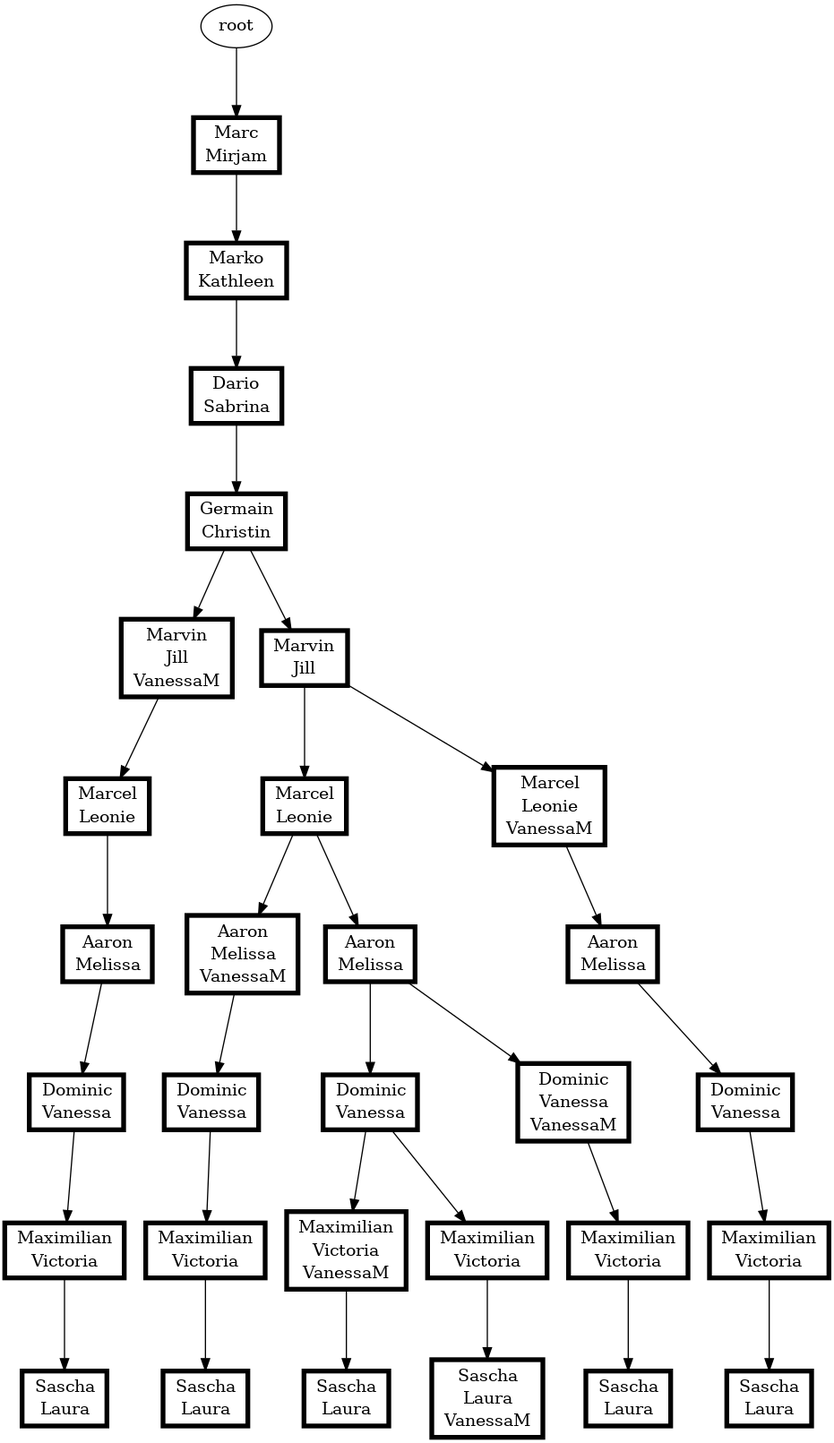
Above: s02/s02.png in atticus-sullivan/sim-ayto (Graphviz), before the change. Its source is kept beside it as s02/s02.dot.
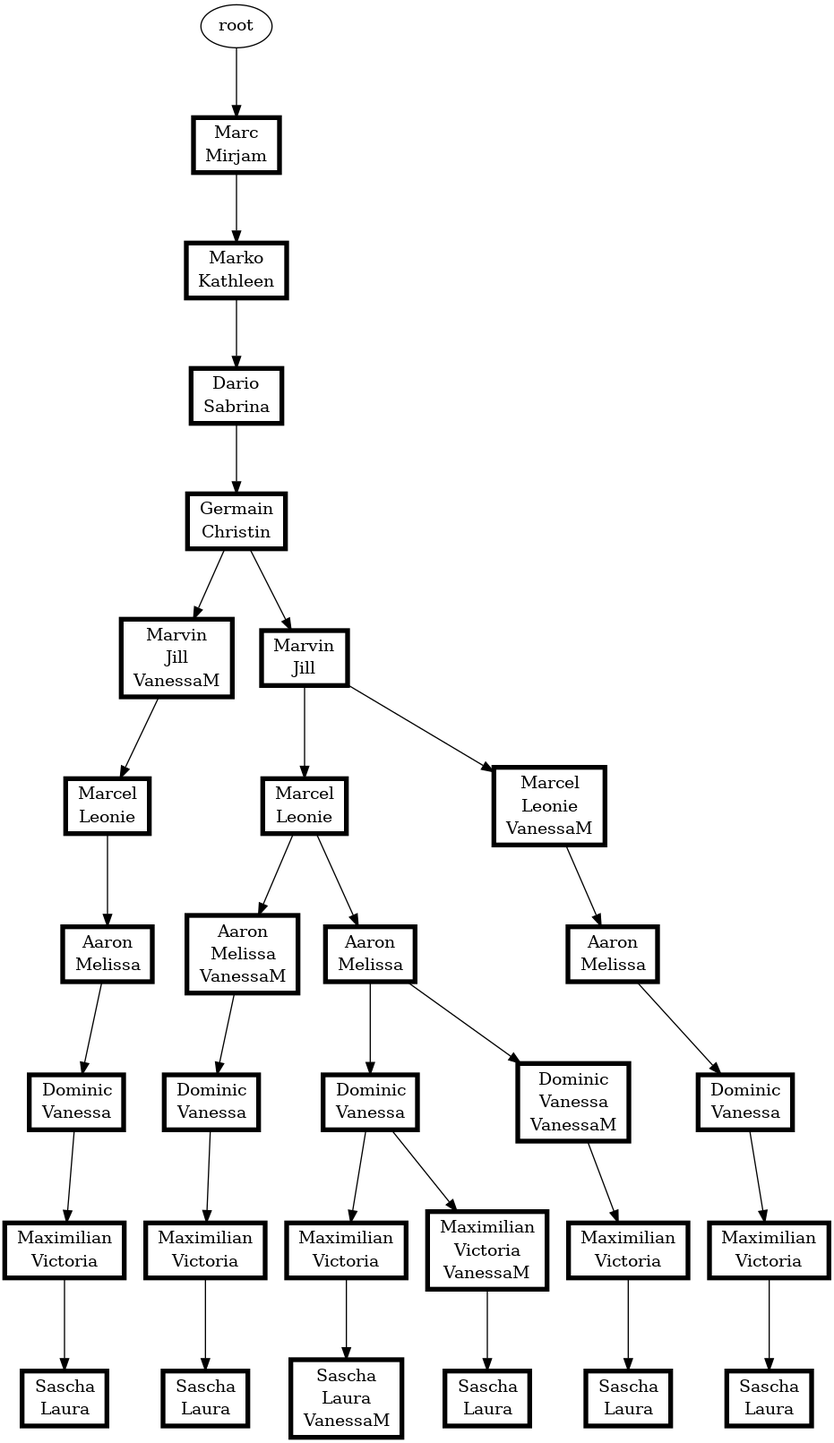
After the commit.

What changed in the source:
```diff
@@ -1,63 +1,63 @@
 digraph D {
 ranksep=0.8;
+{"root|5|7|7|3|2|8"[shape="record" penwidth=4.0 color="black" label=<<table border="0" cellborder="0" cellspacing="0"><tr><td>Dario</td></tr><tr><td>Sabrina</td></tr></table>>]}
+"root|5|7|7|3" -> {"root|5|7|7|3|2|8"}
+{"root|5|7|7|3|2|8|4|1|8|2|6|5|1|6,11|3|9|9|10"[shape="record" penwidth=4.0 color="black" label=<<table border="0" cellborder="0" cellspacing="0"><tr><td>Maximilian</td></tr><tr><td>Victoria</td></tr></table>>]}
+"root|5|7|7|3|2|8|4|1|8|2|6|5|1|6,11|3|9" -> {"root|5|7|7|3|2|8|4|1|8|2|6|5|1|6,11|3|9|9|10"}
+{"root|5|7|7|3"[shape="record" penwidth=4.0 color="black" label=<<table border="0" cellborder="0" cellspacing="0"><tr><td>Marko</td></tr><tr><td>Kathleen</td></tr></table>>]}
+"root|5|7" -> {"root|5|7|7|3"}
+{"root|5|7|7|3|2|8|4|1|8|2|6|5|1|6,11|3|9"[shape="record" penwidth=4.0 color="black" label=<<table border="0" cellborder="0" cellspacing="0"><tr><td>Dominic</td></tr><tr><td>Vanessa</td></tr></table>>]}
+"root|5|7|7|3|2|8|4|1|8|2|6|5|1|6,11" -> {"root|5|7|7|3|2|8|4|1|8|2|6|5|1|6,11|3|9"}
+{"root|5|7"[shape="record" penwidth=4.0 color="black" label=<<table border="0" cellborder="0" cellspacing="0"><tr><td>Marc</td></tr><tr><td>Mirjam</td></tr></table>>]}
+"root" -> {"root|5|7"}
+{"root|5|7|7|3|2|8|4|1|8|2|6|5|1|6,11"[shape="record" penwidth=4.0 color="black" label=<<table border="0" cellborder="0" cellspacing="0"><tr><td>Aaron</td></tr><tr><td>Melissa</td></tr><tr><td>VanessaM</td></tr></table>>]}
+"root|5|7|7|3|2|8|4|1|8|2|6|5" -> {"root|5|7|7|3|2|8|4|1|8|2|6|5|1|6,11"}
+{"root|5|7|7|3|2|8|4|1|8|2,11|6|5|1|6|3|9|9|10"[shape="record" penwidth=4.0 color="black" label=<<table border="0" cellborder="0" cellspacing="0"><tr><td>Maximilian</td></tr><tr><td>Victoria</td></tr></table>>]}
+"root|5|7|7|3|2|8|4|1|8|2,11|6|5|1|6|3|9" -> {"root|5|7|7|3|2|8|4|1|8|2,11|6|5|1|6|3|9|9|10"}
+{"root|5|7|7|3|2|8|4|1|8|2|6|5|1|6|3|9"[shape="record" penwidth=4.0 color="black" label=<<table border="0" cellborder="0" cellspacing="0"><tr><td>Dominic</td></tr><tr><td>Vanessa</td></tr></table>>]}
+"root|5|7|7|3|2|8|4|1|8|2|6|5|1|6" -> {"root|5|7|7|3|2|8|4|1|8|2|6|5|1|6|3|9"}
+{"root|5|7|7|3|2|8|4|1|8|2|6|5|1|6|3|9|9|10"[shape="record" penwidth=4.0 color="black" label=<<table border="0" cellborder="0" cellspacing="0"><tr><td>Maximilian</td></tr><tr><td>Victoria</td></tr></table>>]}
+"root|5|7|7|3|2|8|4|1|8|2|6|5|1|6|3|9" -> {"root|5|7|7|3|2|8|4|1|8|2|6|5|1|6|3|9|9|10"}
+{"root|5|7|7|3|2|8|4|1|8|2|6|5|1|6|3|9|9|10|10|4,11"[shape="record" penwidth=4.0 color="black" label=<<table border="0" cellborder="0" cellspacing="0"><tr><td>Sascha</td></tr><tr><td>Laura</td></tr><tr><td>VanessaM</td></tr></table>>]}
+"root|5|7|7|3|2|8|4|1|8|2|6|5|1|6|3|9|9|10" -> {"root|5|7|7|3|2|8|4|1|8|2|6|5|1|6|3|9|9|10|10|4,11"}
+{"root|5|7|7|3|2|8|4|1|8|2|6|5|1|6|3|9,11|9|10|10|4"[shape="record" penwidth=4.0 color="black" label=<<table border="0" cellborder="0" cellspacing="0"><tr><td>Sascha</td></tr><tr><td>Laura</td></tr></table>>]}
+"root|5|7|7|3|2|8|4|1|8|2|6|5|1|6|3|9,11|9|10" -> {"root|5|7|7|3|2|8|4|1|8|2|6|5|1|6|3|9,11|9|10|10|4"}
+{"root|5|7|7|3|2|8|4|1|8|2|6|5|1|6|3|9|9|10,11"[shape="record" penwidth=4.0 color="black" label=<<table border="0" cellborder="0" cellspacing="0"><tr><td>Maximilian</td></tr><tr><td>Victoria</td></tr><tr><td>VanessaM</td></tr></table>>]}
+"root|5|7|7|3|2|8|4|1|8|2|6|5|1|6|3|9" -> {"root|5|7|7|3|2|8|4|1|8|2|6|5|1|6|3|9|9|10,11"}
+{"root|5|7|7|3|2|8|4|1|8|2|6|5|1|6|3|9,11|9|10"[shape="record" penwidth=4.0 color="black" label=<<table border="0" cellborder="0" cellspacing="0"><tr><td>Maximilian</td></tr><tr><td>Victoria</td></tr></table>>]}
+"root|5|7|7|3|2|8|4|1|8|2|6|5|1|6|3|9,11" -> {"root|5|7|7|3|2|8|4|1|8|2|6|5|1|6|3|9,11|9|10"}
+{"root|5|7|7|3|2|8|4|1|8|2|6|5|1|6|3|9|9|10,11|10|4"[shape="record" penwidth=4.0 color="black" label=<<table border="0" cellborder="0" cellspacing="0"><tr><td>Sascha</td></tr><tr><td>Laura</td></tr></table>>]}
+"root|5|7|7|3|2|8|4|1|8|2|6|5|1|6|3|9|9|10,11" -> {"root|5|7|7|3|2|8|4|1|8|2|6|5|1|6|3|9|9|10,11|10|4"}
+{"root|5|7|7|3|2|8|4|1"[shape="record" penwidth=4.0 color="black" label=<<table border="0" cellborder="0" cellspacing="0"><tr><td>Germain</td></tr><tr><td>Christin</td></tr></table>>]}
+"root|5|7|7|3|2|8" -> {"root|5|7|7|3|2|8|4|1"}
+{"root|5|7|7|3|2|8|4|1|8|2,11|6|5|1|6|3|9"[shape="record" penwidth=4.0 color="black" label=<<table border="0" cellborder="0" cellspacing="0"><tr><td>Dominic</td></tr><tr><td>Vanessa</td></tr></table>>]}
+"root|5|7|7|3|2|8|4|1|8|2,11|6|5|1|6" -> {"root|5|7|7|3|2|8|4|1|8|2,11|6|5|1|6|3|9"}
+{"root|5|7|7|3|2|8|4|1|8|2,11"[shape="record" penwidth=4.0 color="black" label=<<table border="0" cellborder="0" cellspacing="0"><tr><td>Marvin</td></tr><tr><td>Jill</td></tr><tr><td>VanessaM</td></tr></table>>]}
+"root|5|7|7|3|2|8|4|1" -> {"root|5|7|7|3|2|8|4|1|8|2,11"}
+{"root|5|7|7|3|2|8|4|1|8|2,11|6|5"[shape="record" penwidth=4.0 color="black" label=<<table border="0" cellborder="0" cellspacing="0"><tr><td>Marcel</td></tr><tr><td>Leonie</td></tr></table>>]}
+"root|5|7|7|3|2|8|4|1|8|2,11" -> {"root|5|7|7|3|2|8|4|1|8|2,11|6|5"}
+{"root|5|7|7|3|2|8|4|1|8|2|6|5,11|1|6"[shape="record" penwidth=4.0 color="black" label=<<table border="0" cellborder="0" cellspacing="0"><tr><td>Aaron</td></tr><tr><td>Melissa</td></tr></table>>]}
+"root|5|7|7|3|2|8|4|1|8|2|6|5,11" -> {"root|5|7|7|3|2|8|4|1|8|2|6|5,11|1|6"}
+{"root|5|7|7|3|2|8|4|1|8|2,11|6|5|1|6"[shape="record" penwidth=4.0 color="black" label=<<table border="0" cellborder="0" cellspacing="0"><tr><td>Aaron</td></tr><tr><td>Melissa</td></tr></table>>]}
+"root|5|7|7|3|2|8|4|1|8|2,11|6|5" -> {"root|5|7|7|3|2|8|4|1|8|2,11|6|5|1|6"}
+{"root|5|7|7|3|2|8|4|1|8|2"[shape="record" penwidth=4.0 color="black" label=<<table border="0" cellborder="0" cellspacing="0"><tr><td>Marvin</td></tr><tr><td>Jill</td></tr></table>>]}
+"root|5|7|7|3|2|8|4|1" -> {"root|5|7|7|3|2|8|4|1|8|2"}
+{"root|5|7|7|3|2|8|4|1|8|2|6|5,11|1|6|3|9"[shape="record" penwidth=4.0 color="black" label=<<table border="0" cellborder="0" cellspacing="0"><tr><td>Dominic</td></tr><tr><td>Vanessa</td></tr></table>>]}
+"root|5|7|7|3|2|8|4|1|8|2|6|5,11|1|6" -> {"root|5|7|7|3|2|8|4|1|8|2|6|5,11|1|6|3|9"}
+{"root|5|7|7|3|2|8|4|1|8|2|6|5"[shape="record" penwidth=4.0 color="black" label=<<table border="0" cellborder="0" cellspacing="0"><tr><td>Marcel</td></tr><tr><td>Leonie</td></tr></table>>]}
+"root|5|7|7|3|2|8|4|1|8|2" -> {"root|5|7|7|3|2|8|4|1|8|2|6|5"}
+{"root|5|7|7|3|2|8|4|1|8|2,11|6|5|1|6|3|9|9|10|10|4"[shape="record" penwidth=4.0 color="black" label=<<table border="0" cellborder="0" cellspacing="0"><tr><td>Sascha</td></tr><tr><td>Laura</td></tr></table>>]}
+"root|5|7|7|3|2|8|4|1|8|2,11|6|5|1|6|3|9|9|10" -> {"root|5|7|7|3|2|8|4|1|8|2,11|6|5|1|6|3|9|9|10|10|4"}
+{"root|5|7|7|3|2|8|4|1|8|2|6|5|1|6"[shape="record" penwidth=4.0 color="black" label=<<table border="0" cellborder="0" cellspacing="0"><tr><td>Aaron</td></tr><tr><td>Melissa</td></tr></table>>]}
+"root|5|7|7|3|2|8|4|1|8|2|6|5" -> {"root|5|7|7|3|2|8|4|1|8|2|6|5|1|6"}
 {"root|5|7|7|3|2|8|4|1|8|2|6|5,11|1|6|3|9|9|10|10|4"[shape="record" penwidth=4.0 color="black" label=<<table border="0" cellborder="0" cellspacing="0"><tr><td>Sascha</td></tr><tr><td>Laura</td></tr></table>>]}
 "root|5|7|7|3|2|8|4|1|8|2|6|5,11|1|6|3|9|9|10" -> {"root|5|7|7|3|2|8|4|1|8|2|6|5,11|1|6|3|9|9|10|10|4"}
-{"root|5|7|7|3|2|8|4|1|8|2,11"[shape="record" penwidth=4.0 color="black" label=<<table border="0" cellborder="0" cellspacing="0"><tr><td>Marvin</td></tr><tr><td>Jill</td></tr><tr><td>VanessaM</td></tr></table>>]}
-"root|5|7|7|3|2|8|4|1" -> {"root|5|7|7|3|2|8|4|1|8|2,11"}
-{"root|5|7|7|3|2|8|4|1|8|2|6|5"[shape="record" penwidth=4.0 color="black" label=<<table border="0" cellborder="0" cellspacing="0"><tr><td>Marcel</td></tr><tr><td>Leonie</td></tr></table>>]}
-"root|5|7|7|3|2|8|4|1|8|2" -> {"root|5|7|7|3|2|8|4|1|8|2|6|5"}
-{"root|5|7|7|3|2|8|4|1|8|2|6|5|1|6|3|9|9|10,11|10|4"[shape="record" penwidth=4.0 color="black" label=<<table border="0" cellborder="0" cellspacing="0"><tr><td>Sascha</td></tr><tr><td>Laura</td></tr></table>>]}
-"root|5|7|7|3|2|8|4|1|8|2|6|5|1|6|3|9|9|10,11" -> {"root|5|7|7|3|2|8|4|1|8|2|6|5|1|6|3|9|9|10,11|10|4"}
-{"root|5|7|7|3|2|8|4|1|8|2|6|5|1|6,11"[shape="record" penwidth=4.0 color="black" label=<<table border="0" cellborder="0" cellspacing="0"><tr><td>Aaron</td></tr><tr><td>Melissa</td></tr><tr><td>VanessaM</td></tr></table>>]}
-"root|5|7|7|3|2|8|4|1|8|2|6|5" -> {"root|5|7|7|3|2|8|4|1|8|2|6|5|1|6,11"}
-{"root|5|7|7|3|2|8|4|1|8|2|6|5|1|6|3|9"[shape="record" penwidth=4.0 color="black" label=<<table border="0" cellborder="0" cellspacing="0"><tr><td>Dominic</td></tr><tr><td>Vanessa</td></tr></table>>]}
-"root|5|7|7|3|2|8|4|1|8|2|6|5|1|6" -> {"root|5|7|7|3|2|8|4|1|8|2|6|5|1|6|3|9"}
 {"root|5|7|7|3|2|8|4|1|8|2|6|5|1|6,11|3|9|9|10|10|4"[shape="record" penwidth=4.0 color="black" label=<<table border="0" cellborder="0" cellspacing="0"><tr><td>Sascha</td></tr><tr><td>Laura</td></tr></table>>]}
 "root|5|7|7|3|2|8|4|1|8|2|6|5|1|6,11|3|9|9|10" -> {"root|5|7|7|3|2|8|4|1|8|2|6|5|1|6,11|3|9|9|10|10|4"}
-{"root|5|7|7|3|2|8|4|1|8|2|6|5|1|6|3|9|9|10,11"[shape="record" penwidth=4.0 color="black" label=<<table border="0" cellborder="0" cellspacing="0"><tr><td>Maximilian</td></tr><tr><td>Victoria</td></tr><tr><td>VanessaM</td></tr></table>>]}
-"root|5|7|7|3|2|8|4|1|8|2|6|5|1|6|3|9" -> {"root|5|7|7|3|2|8|4|1|8|2|6|5|1|6|3|9|9|10,11"}
+{"root|5|7|7|3|2|8|4|1|8|2|6|5,11"[shape="record" penwidth=4.0 color="black" label=<<table border="0" cellborder="0" cellspacing="0"><tr><td>Marcel</td></tr><tr><td>Leonie</td></tr><tr><td>VanessaM</td></tr></table>>]}
+"root|5|7|7|3|2|8|4|1|8|2" -> {"root|5|7|7|3|2|8|4|1|8|2|6|5,11"}
 {"root|5|7|7|3|2|8|4|1|8|2|6|5|1|6|3|9,11"[shape="record" penwidth=4.0 color="black" label=<<table border="0" cellborder="0" cellspacing="0"><tr><td>Dominic</td></tr><tr><td>Vanessa</td></tr><tr><td>VanessaM</td></tr></table>>]}
 "root|5|7|7|3|2|8|4|1|8|2|6|5|1|6" -> {"root|5|7|7|3|2|8|4|1|8|2|6|5|1|6|3|9,11"}
-{"root|5|7|7|3|2|8|4|1|8|2|6|5|1|6|3|9|9|10|10|4,11"[shape="record" penwidth=4.0 color="black" label=<<table border="0" cellborder="0" cellspacing="0"><tr><td>Sascha</td></tr><tr><td>Laura</td></tr><tr><td>VanessaM</td></tr></table>>]}
-"root|5|7|7|3|2|8|4|1|8|2|6|5|1|6|3|9|9|10" -> {"root|5|7|7|3|2|8|4|1|8|2|6|5|1|6|3|9|9|10|10|4,11"}
-{"root|5|7|7|3|2|8|4|1|8|2|6|5|1|6|3|9|9|10"[shape="record" penwidth=4.0 color="black" label=<<table border="0" cellborder="0" cellspacing="0"><tr><td>Maximilian</td></tr><tr><td>Victoria</td></tr></table>>]}
-"root|5|7|7|3|2|8|4|1|8|2|6|5|1|6|3|9" -> {"root|5|7|7|3|2|8|4|1|8|2|6|5|1|6|3|9|9|10"}
-{"root|5|7|7|3|2|8|4|1|8|2|6|5|1|6|3|9,11|9|10|10|4"[shape="record" penwidth=4.0 color="black" label=<<table border="0" cellborder="0" cellspacing="0"><tr><td>Sascha</td></tr><tr><td>Laura</td></tr></table>>]}
-"root|5|7|7|3|2|8|4|1|8|2|6|5|1|6|3|9,11|9|10" -> {"root|5|7|7|3|2|8|4|1|8|2|6|5|1|6|3|9,11|9|10|10|4"}
-{"root|5|7|7|3|2|8|4|1|8|2|6|5,11|1|6"[shape="record" penwidth=4.0 color="black" label=<<table border="0" cellborder="0" cellspacing="0"><tr><td>Aaron</td></tr><tr><td>Melissa</td></tr></table>>]}
-"root|5|7|7|3|2|8|4|1|8|2|6|5,11" -> {"root|5|7|7|3|2|8|4|1|8|2|6|5,11|1|6"}
-{"root|5|7|7|3|2|8|4|1|8|2|6|5|1|6|3|9,11|9|10"[shape="record" penwidth=4.0 color="black" label=<<table border="0" cellborder="0" cellspacing="0"><tr><td>Maximilian</td></tr><tr><td>Victoria</td></tr></table>>]}
-"root|5|7|7|3|2|8|4|1|8|2|6|5|1|6|3|9,11" -> {"root|5|7|7|3|2|8|4|1|8|2|6|5|1|6|3|9,11|9|10"}
-{"root|5|7|7|3|2|8|4|1|8|2|6|5|1|6"[shape="record" penwidth=4.0 color="black" label=<<table border="0" cellborder="0" cellspacing="0"><tr><td>Aaron</td></tr><tr><td>Melissa</td></tr></table>>]}
-"root|5|7|7|3|2|8|4|1|8|2|6|5" -> {"root|5|7|7|3|2|8|4|1|8|2|6|5|1|6"}
-{"root|5|7|7|3|2|8|4|1|8|2,11|6|5|1|6|3|9|9|10"[shape="record" penwidth=4.0 color="black" label=<<table border="0" cellborder="0" cellspacing="0"><tr><td>Maximilian</td></tr><tr><td>Victoria</td></tr></table>>]}
-"root|5|7|7|3|2|8|4|1|8|2,11|6|5|1|6|3|9" -> {"root|5|7|7|3|2|8|4|1|8|2,11|6|5|1|6|3|9|9|10"}
-{"root|5|7|7|3|2|8|4|1|8|2|6|5|1|6,11|3|9"[shape="record" penwidth=4.0 color="black" label=<<table border="0" cellborder="0" cellspacing="0"><tr><td>Dominic</td></tr><tr><td>Vanessa</td></tr></table>>]}
-"root|5|7|7|3|2|8|4|1|8|2|6|5|1|6,11" -> {"root|5|7|7|3|2|8|4|1|8|2|6|5|1|6,11|3|9"}
-{"root|5|7|7|3|2|8|4|1|8|2"[shape="record" penwidth=4.0 color="black" label=<<table border="0" cellborder="0" cellspacing="0"><tr><td>Marvin</td></tr><tr><td>Jill</td></tr></table>>]}
-"root|5|7|7|3|2|8|4|1" -> {"root|5|7|7|3|2|8|4|1|8|2"}
-{"root|5|7"[shape="record" penwidth=4.0 color="black" label=<<table border="0" cellborder="0" cellspacing="0"><tr><td>Marc</td></tr><tr><td>Mirjam</td></tr></table>>]}
-"root" -> {"root|5|7"}
-{"root|5|7|7|3|2|8|4|1|8|2|6|5|1|6,11|3|9|9|10"[shape="record" penwidth=4.0 color="black" label=<<table border="0" cellborder="0" cellspacing="0"><tr><td>Maximilian</td></tr><tr><td>Victoria</td></tr></table>>]}
-"root|5|7|7|3|2|8|4|1|8|2|6|5|1|6,11|3|9" -> {"root|5|7|7|3|2|8|4|1|8|2|6|5|1|6,11|3|9|9|10"}
-{"root|5|7|7|3|2|8|4|1"[shape="record" penwidth=4.0 color="black" label=<<table border="0" cellborder="0" cellspacing="0"><tr><td>Germain</td></tr><tr><td>Christin</td></tr></table>>]}
-"root|5|7|7|3|2|8" -> {"root|5|7|7|3|2|8|4|1"}
-{"root|5|7|7|3|2|8"[shape="record" penwidth=4.0 color="black" label=<<table border="0" cellborder="0" cellspacing="0"><tr><td>Dario</td></tr><tr><td>Sabrina</td></tr></table>>]}
-"root|5|7|7|3" -> {"root|5|7|7|3|2|8"}
-{"root|5|7|7|3"[shape="record" penwidth=4.0 color="black" label=<<table border="0" cellborder="0" cellspacing="0"><tr><td>Marko</td></tr><tr><td>Kathleen</td></tr></table>>]}
-"root|5|7" -> {"root|5|7|7|3"}
 {"root|5|7|7|3|2|8|4|1|8|2|6|5,11|1|6|3|9|9|10"[shape="record" penwidth=4.0 color="black" label=<<table border="0" cellborder="0" cellspacing="0"><tr><td>Maximilian</td></tr><tr><td>Victoria</td></tr></table>>]}
 "root|5|7|7|3|2|8|4|1|8|2|6|5,11|1|6|3|9" -> {"root|5|7|7|3|2|8|4|1|8|2|6|5,11|1|6|3|9|9|10"}
-{"root|5|7|7|3|2|8|4|1|8|2|6|5,11|1|6|3|9"[shape="record" penwidth=4.0 color="black" label=<<table border="0" cellborder="0" cellspacing="0"><tr><td>Dominic</td></tr><tr><td>Vanessa</td></tr></table>>]}
-"root|5|7|7|3|2|8|4|1|8|2|6|5,11|1|6" -> {"root|5|7|7|3|2|8|4|1|8|2|6|5,11|1|6|3|9"}
-{"root|5|7|7|3|2|8|4|1|8|2,11|6|5|1|6"[shape="record" penwidth=4.0 color="black" label=<<table border="0" cellborder="0" cellspacing="0"><tr><td>Aaron</td></tr><tr><td>Melissa</td></tr></table>>]}
-"root|5|7|7|3|2|8|4|1|8|2,11|6|5" -> {"root|5|7|7|3|2|8|4|1|8|2,11|6|5|1|6"}
-{"root|5|7|7|3|2|8|4|1|8|2|6|5,11"[shape="record" penwidth=4.0 color="black" label=<<table border="0" cellborder="0" cellspacing="0"><tr><td>Marcel</td></tr><tr><td>Leonie</td></tr><tr><td>VanessaM</td></tr></table>>]}
-"root|5|7|7|3|2|8|4|1|8|2" -> {"root|5|7|7|3|2|8|4|1|8|2|6|5,11"}
-{"root|5|7|7|3|2|8|4|1|8|2,11|6|5"[shape="record" penwidth=4.0 color="black" label=<<table border="0" cellborder="0" cellspacing="0"><tr><td>Marcel</td></tr><tr><td>Leonie</td></tr></table>>]}
-"root|5|7|7|3|2|8|4|1|8|2,11" -> {"root|5|7|7|3|2|8|4|1|8|2,11|6|5"}
-{"root|5|7|7|3|2|8|4|1|8|2,11|6|5|1|6|3|9"[shape="record" penwidth=4.0 color="black" label=<<table border="0" cellborder="0" cellspacing="0"><tr><td>Dominic</td></tr><tr><td>Vanessa</td></tr></table>>]}
-"root|5|7|7|3|2|8|4|1|8|2,11|6|5|1|6" -> {"root|5|7|7|3|2|8|4|1|8|2,11|6|5|1|6|3|9"}
-{"root|5|7|7|3|2|8|4|1|8|2,11|6|5|1|6|3|9|9|10|10|4"[shape="record" penwidth=4.0 color="black" label=<<table border="0" cellborder="0" cellspacing="0"><tr><td>Sascha</td></tr><tr><td>Laura</td></tr></table>>]}
-"root|5|7|7|3|2|8|4|1|8|2,11|6|5|1|6|3|9|9|10" -> {"root|5|7|7|3|2|8|4|1|8|2,11|6|5|1|6|3|9|9|10|10|4"}
 }
```
